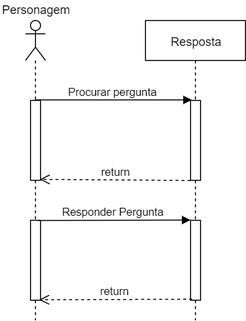
The draw.io diagram CriarResposta.png in liankapp/projeto_quest, before a commit. Source tidied: cells renumbered, new cells last; positions are measured from the earlier drawing's top-left corner, leaving out a move shared by most shapes.
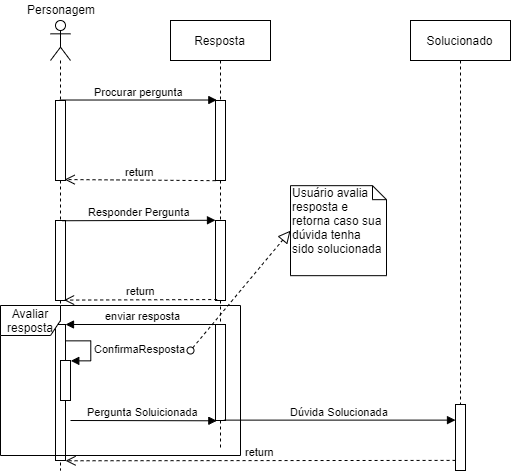
After the change.

Diff of the diagram source:
```diff
@@ -3,7 +3,7 @@
     <mxCell id="0" />
     <mxCell id="1" parent="0" />
     <mxCell id="2" value="Resposta" style="shape=umlLifeline;perimeter=lifelinePerimeter;whiteSpace=wrap;html=1;" parent="1" vertex="1">
-      <mxGeometry x="145" y="20" width="100" height="300" as="geometry" />
+      <mxGeometry x="145" y="20" width="100" height="430" as="geometry" />
     </mxCell>
     <mxCell id="3" style="html=1;points=[];perimeter=orthogonalPerimeter;" parent="2" vertex="1">
       <mxGeometry x="45" y="80" width="10" height="80" as="geometry" />
@@ -11,8 +11,16 @@
     <mxCell id="4" style="html=1;points=[];perimeter=orthogonalPerimeter;" parent="2" vertex="1">
       <mxGeometry x="45" y="200" width="10" height="80" as="geometry" />
     </mxCell>
+    <mxCell id="13" style="html=1;points=[];perimeter=orthogonalPerimeter;" parent="2" vertex="1">
+      <mxGeometry x="45" y="304" width="10" height="96" as="geometry" />
+    </mxCell>
+    <mxCell id="14" style="startArrow=oval;startFill=0;startSize=7;endArrow=block;endFill=0;endSize=10;dashed=1;html=1;entryX=0;entryY=0.5;entryDx=0;entryDy=0;entryPerimeter=0;" parent="2" edge="1" target="20">
+      <mxGeometry relative="1" as="geometry">
+        <mxPoint x="20" y="330" as="sourcePoint" />
+      </mxGeometry>
+    </mxCell>
     <mxCell id="5" style="shape=umlLifeline;participant=umlActor;perimeter=lifelinePerimeter;whiteSpace=wrap;html=1;verticalAlign=top;spacingTop=36;labelBackgroundColor=#ffffff;outlineConnect=0;" parent="1" vertex="1">
-      <mxGeometry x="25" y="20" width="20" height="300" as="geometry" />
+      <mxGeometry x="25" y="20" width="20" height="450" as="geometry" />
     </mxCell>
     <mxCell id="6" style="html=1;points=[];perimeter=orthogonalPerimeter;" parent="5" vertex="1">
       <mxGeometry x="5" y="80" width="10" height="80" as="geometry" />
@@ -20,6 +28,23 @@
     <mxCell id="7" style="html=1;points=[];perimeter=orthogonalPerimeter;" parent="5" vertex="1">
       <mxGeometry x="5" y="200" width="10" height="80" as="geometry" />
     </mxCell>
+    <mxCell id="15" style="html=1;points=[];perimeter=orthogonalPerimeter;" parent="5" vertex="1">
+      <mxGeometry x="5" y="304" width="10" height="136" as="geometry" />
+    </mxCell>
+    <mxCell id="16" style="html=1;points=[];perimeter=orthogonalPerimeter;" parent="5" vertex="1">
+      <mxGeometry x="10" y="340" width="10" height="40" as="geometry" />
+    </mxCell>
+    <mxCell id="17" value="ConfirmaResposta" style="edgeStyle=orthogonalEdgeStyle;html=1;align=left;spacingLeft=2;endArrow=block;rounded=0;entryX=1;entryY=0;" parent="5" edge="1" target="16">
+      <mxGeometry relative="1" as="geometry">
+        <mxPoint x="15" y="320" as="sourcePoint" />
+        <Array as="points">
+          <mxPoint x="40" y="320" />
+        </Array>
+      </mxGeometry>
+    </mxCell>
+    <mxCell id="18" value="Avaliar resposta" style="shape=umlFrame;whiteSpace=wrap;html=1;" parent="5" vertex="1">
+      <mxGeometry x="-50" y="285" width="240" height="150" as="geometry" />
+    </mxCell>
     <mxCell id="8" value="Procurar pergunta" style="html=1;verticalAlign=bottom;endArrow=block;entryX=0.133;entryY=-0.006;entryDx=0;entryDy=0;entryPerimeter=0;" parent="1" edge="1" source="5" target="3">
       <mxGeometry relative="1" as="geometry" />
     </mxCell>
@@ -35,5 +60,28 @@
     <mxCell id="12" value="Personagem" style="text;html=1;align=left;verticalAlign=top;spacingTop=-4;" parent="1" vertex="1">
       <mxGeometry width="80" height="20" as="geometry" />
     </mxCell>
+    <mxCell id="19" value="enviar resposta" style="html=1;verticalAlign=bottom;endArrow=block;entryX=1;entryY=0;exitX=0.4;exitY=0;exitDx=0;exitDy=0;exitPerimeter=0;" parent="1" edge="1" source="13" target="15">
+      <mxGeometry relative="1" as="geometry" />
+    </mxCell>
+    <mxCell id="20" value="Usuário avalia resposta e retorna caso sua dúvida tenha sido solucionada" style="shape=note;whiteSpace=wrap;html=1;size=14;verticalAlign=top;align=left;spacingTop=-6;" parent="1" vertex="1">
+      <mxGeometry x="265" y="185.2" width="96" height="90" as="geometry" />
+    </mxCell>
+    <mxCell id="21" value="Pergunta Soluicionada" style="html=1;verticalAlign=bottom;endArrow=block;entryX=0.133;entryY=1.003;entryDx=0;entryDy=0;entryPerimeter=0;" parent="1" edge="1" target="13">
+      <mxGeometry relative="1" as="geometry">
+        <mxPoint x="45" y="420" as="sourcePoint" />
+      </mxGeometry>
+    </mxCell>
+    <mxCell id="22" value="Solucionado" style="shape=umlLifeline;perimeter=lifelinePerimeter;whiteSpace=wrap;html=1;" parent="1" vertex="1">
+      <mxGeometry x="385" y="20" width="100" height="430" as="geometry" />
+    </mxCell>
+    <mxCell id="23" value="Dúvida Solucionada" style="html=1;verticalAlign=bottom;endArrow=block;exitX=0.843;exitY=0.996;exitDx=0;exitDy=0;exitPerimeter=0;" parent="1" edge="1" source="13" target="24">
+      <mxGeometry relative="1" as="geometry" />
+    </mxCell>
+    <mxCell id="24" style="html=1;points=[];perimeter=orthogonalPerimeter;" parent="1" vertex="1">
+      <mxGeometry x="430" y="404" width="10" height="66" as="geometry" />
+    </mxCell>
+    <mxCell id="25" value="return" style="html=1;verticalAlign=bottom;endArrow=open;dashed=1;endSize=8;exitX=0.007;exitY=0.847;exitDx=0;exitDy=0;exitPerimeter=0;entryX=1.006;entryY=1.002;entryDx=0;entryDy=0;entryPerimeter=0;" parent="1" edge="1" source="24" target="15">
+      <mxGeometry relative="1" as="geometry" />
+    </mxCell>
   </root>
 </mxGraphModel>
```
